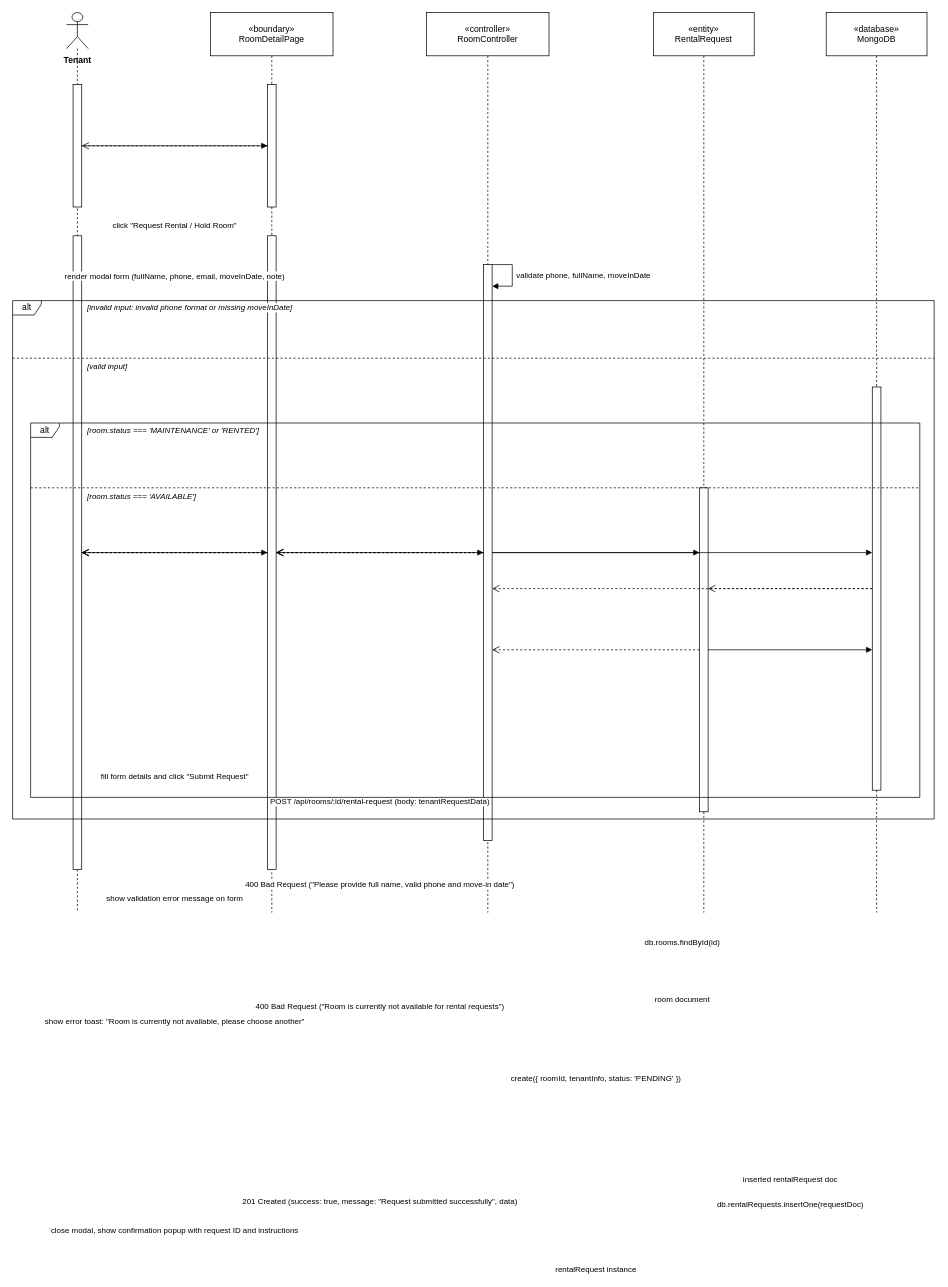
Above: docs/diagrams/UC-M03_Request_Rental_SequenceDiagram.drawio in WanFJava/MotalManagementSystems (draw.io), before the change. Source tidied: cells renumbered, new cells numbered last; positions are measured from the earlier drawing's top-left corner, leaving out a move shared by most shapes. Both pictures are drawn from the tidied source at 72%, with x=0, y=0 at pixel (12, 12).
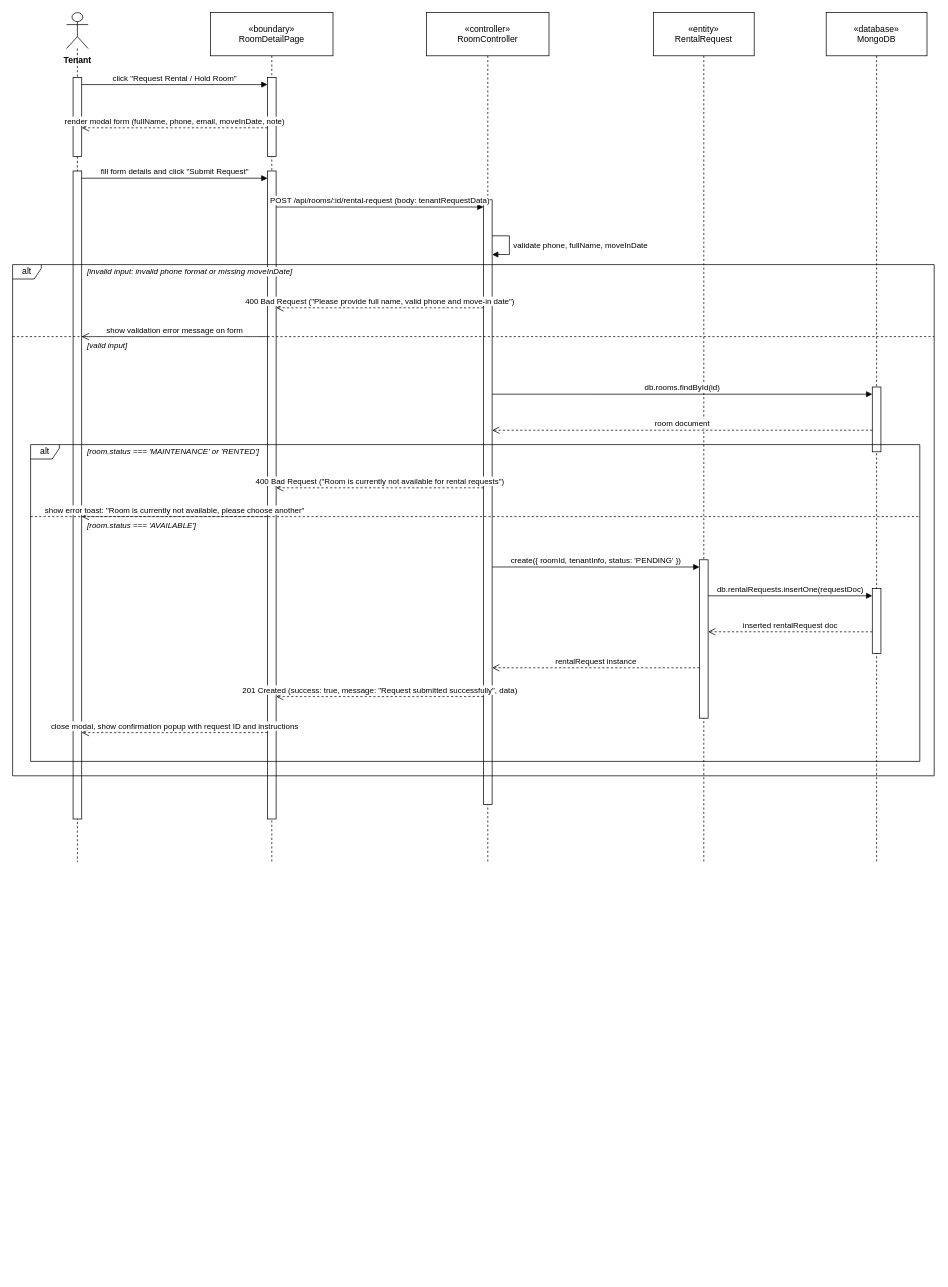
After the change.

Commit message (it also covers changes not shown here):
fix(uml): recalibrate sequence diagram alignments, exact horizontal edge coordinates and proper alt frame ordering

What changed in the source:
```diff
@@
     <mxCell id="2" value="Tenant" style="shape=umlLifeline;participant=umlActor;perimeter=lifelinePerimeter;whiteSpace=nowrap;html=1;verticalAlign=top;spacingTop=52;size=50;fontStyle=1;" parent="1" vertex="1">
-      <mxGeometry x="75" width="30" height="1250" as="geometry" />
+      <mxGeometry x="75" width="30" height="1180" as="geometry" />
     </mxCell>
     <mxCell id="3" value="«boundary»&lt;br&gt;RoomDetailPage" style="shape=umlLifeline;perimeter=lifelinePerimeter;whiteSpace=wrap;html=1;size=60;" parent="1" vertex="1">
-      <mxGeometry x="275" width="170" height="1250" as="geometry" />
+      <mxGeometry x="275" width="170" height="1180" as="geometry" />
     </mxCell>
     <mxCell id="4" value="«controller»&lt;br&gt;RoomController" style="shape=umlLifeline;perimeter=lifelinePerimeter;whiteSpace=wrap;html=1;size=60;" parent="1" vertex="1">
-      <mxGeometry x="575" width="170" height="1250" as="geometry" />
+      <mxGeometry x="575" width="170" height="1180" as="geometry" />
     </mxCell>
     <mxCell id="5" value="«entity»&lt;br&gt;RentalRequest" style="shape=umlLifeline;perimeter=lifelinePerimeter;whiteSpace=wrap;html=1;size=60;" parent="1" vertex="1">
-      <mxGeometry x="890" width="140" height="1250" as="geometry" />
+      <mxGeometry x="890" width="140" height="1180" as="geometry" />
     </mxCell>
     <mxCell id="6" value="«database»&lt;br&gt;MongoDB" style="shape=umlLifeline;perimeter=lifelinePerimeter;whiteSpace=wrap;html=1;size=60;" parent="1" vertex="1">
-      <mxGeometry x="1130" width="140" height="1250" as="geometry" />
+      <mxGeometry x="1130" width="140" height="1180" as="geometry" />
     </mxCell>
     <mxCell id="7" style="html=1;points=[];perimeter=orthogonalPerimeter;outlineConnect=0;targetShapes=umlLifeline;portConstraint=eastwest;" parent="2" vertex="1">
-      <mxGeometry x="9" y="100" width="12" height="170" as="geometry" />
+      <mxGeometry x="9" y="90" width="12" height="110" as="geometry" />
     </mxCell>
     <mxCell id="8" style="html=1;points=[];perimeter=orthogonalPerimeter;outlineConnect=0;targetShapes=umlLifeline;portConstraint=eastwest;" parent="2" vertex="1">
-      <mxGeometry x="9" y="310" width="12" height="880" as="geometry" />
+      <mxGeometry x="9" y="220" width="12" height="900" as="geometry" />
     </mxCell>
     <mxCell id="9" style="html=1;points=[];perimeter=orthogonalPerimeter;outlineConnect=0;targetShapes=umlLifeline;portConstraint=eastwest;" parent="3" vertex="1">
-      <mxGeometry x="79" y="100" width="12" height="170" as="geometry" />
+      <mxGeometry x="79" y="90" width="12" height="110" as="geometry" />
     </mxCell>
     <mxCell id="10" style="html=1;points=[];perimeter=orthogonalPerimeter;outlineConnect=0;targetShapes=umlLifeline;portConstraint=eastwest;" parent="3" vertex="1">
-      <mxGeometry x="79" y="310" width="12" height="880" as="geometry" />
+      <mxGeometry x="79" y="220" width="12" height="900" as="geometry" />
     </mxCell>
     <mxCell id="11" style="html=1;points=[];perimeter=orthogonalPerimeter;outlineConnect=0;targetShapes=umlLifeline;portConstraint=eastwest;" parent="4" vertex="1">
-      <mxGeometry x="79" y="350" width="12" height="800" as="geometry" />
+      <mxGeometry x="79" y="260" width="12" height="840" as="geometry" />
     </mxCell>
     <mxCell id="12" style="html=1;points=[];perimeter=orthogonalPerimeter;outlineConnect=0;targetShapes=umlLifeline;portConstraint=eastwest;" parent="5" vertex="1">
-      <mxGeometry x="64" y="660" width="12" height="450" as="geometry" />
+      <mxGeometry x="64" y="760" width="12" height="220" as="geometry" />
     </mxCell>
     <mxCell id="13" style="html=1;points=[];perimeter=orthogonalPerimeter;outlineConnect=0;targetShapes=umlLifeline;portConstraint=eastwest;" parent="6" vertex="1">
-      <mxGeometry x="64" y="520" width="12" height="560" as="geometry" />
+      <mxGeometry x="64" y="520" width="12" height="90" as="geometry" />
     </mxCell>
+    <mxCell id="39" style="html=1;points=[];perimeter=orthogonalPerimeter;outlineConnect=0;targetShapes=umlLifeline;portConstraint=eastwest;" parent="6" vertex="1">
+      <mxGeometry x="64" y="800" width="12" height="90" as="geometry" />
+    </mxCell>
+    <mxCell id="40" value="alt" style="shape=umlFrame;whiteSpace=wrap;html=1;width=40;height=20;" parent="1" vertex="1">
+      <mxGeometry y="350" width="1280" height="710" as="geometry" />
+    </mxCell>
+    <mxCell id="41" value="alt" style="shape=umlFrame;whiteSpace=wrap;html=1;width=40;height=20;" parent="1" vertex="1">
+      <mxGeometry x="25" y="600" width="1235" height="440" as="geometry" />
+    </mxCell>
+    <mxCell id="42" style="endArrow=none;dashed=1;html=1;rounded=0;" parent="1" edge="1">
+      <mxGeometry relative="1" as="geometry">
+        <mxPoint y="450" as="sourcePoint" />
+        <mxPoint x="1280" y="450" as="targetPoint" />
+      </mxGeometry>
+    </mxCell>
+    <mxCell id="43" style="endArrow=none;dashed=1;html=1;rounded=0;" parent="1" edge="1">
+      <mxGeometry relative="1" as="geometry">
+        <mxPoint x="25" y="700" as="sourcePoint" />
+        <mxPoint x="1260" y="700" as="targetPoint" />
+      </mxGeometry>
+    </mxCell>
+    <mxCell id="20" value="[invalid input: invalid phone format or missing moveInDate]" style="text;html=1;align=left;verticalAlign=middle;whiteSpace=nowrap;fontSize=11;fontStyle=2;labelBackgroundColor=#ffffff;" parent="1" vertex="1">
+      <mxGeometry x="102" y="350" width="360" height="20" as="geometry" />
+    </mxCell>
+    <mxCell id="24" value="[valid input]" style="text;html=1;align=left;verticalAlign=middle;whiteSpace=nowrap;fontSize=11;fontStyle=2;labelBackgroundColor=#ffffff;" parent="1" vertex="1">
+      <mxGeometry x="102" y="452" width="200" height="20" as="geometry" />
+    </mxCell>
+    <mxCell id="28" value="[room.status === 'MAINTENANCE' or 'RENTED']" style="text;html=1;align=left;verticalAlign=middle;whiteSpace=nowrap;fontSize=11;fontStyle=2;labelBackgroundColor=#ffffff;" parent="1" vertex="1">
+      <mxGeometry x="102" y="600" width="320" height="20" as="geometry" />
+    </mxCell>
+    <mxCell id="32" value="[room.status === 'AVAILABLE']" style="text;html=1;align=left;verticalAlign=middle;whiteSpace=nowrap;fontSize=11;fontStyle=2;labelBackgroundColor=#ffffff;" parent="1" vertex="1">
+      <mxGeometry x="102" y="702" width="220" height="20" as="geometry" />
+    </mxCell>
-    <mxCell id="14" value="click &quot;Request Rental / Hold Room&quot;" style="html=1;verticalAlign=bottom;rounded=0;fontSize=11;endArrow=block;endFill=1;" parent="1" edge="1" source="7" target="9">
-      <mxGeometry relative="1" as="geometry">
-        <mxPoint y="120" as="offset" />
-      </mxGeometry>
+    <mxCell id="14" value="click &quot;Request Rental / Hold Room&quot;" style="html=1;verticalAlign=bottom;rounded=0;fontSize=11;endArrow=block;endFill=1;exitX=1;exitY=0.0909;exitDx=0;exitDy=0;exitPerimeter=0;entryX=0;entryY=0.0909;entryDx=0;entryDy=0;entryPerimeter=0;" parent="1" edge="1" source="7" target="9">
+      <mxGeometry relative="1" as="geometry" />
     </mxCell>
-    <mxCell id="15" value="render modal form (fullName, phone, email, moveInDate, note)" style="html=1;verticalAlign=bottom;rounded=0;fontSize=11;dashed=1;endArrow=open;endSize=8;" parent="1" edge="1" source="9" target="7">
-      <mxGeometry relative="1" as="geometry">
-        <mxPoint y="190" as="offset" />
-      </mxGeometry>
+    <mxCell id="15" value="render modal form (fullName, phone, email, moveInDate, note)" style="html=1;verticalAlign=bottom;rounded=0;fontSize=11;dashed=1;endArrow=open;endSize=8;exitX=0;exitY=0.6364;exitDx=0;exitDy=0;exitPerimeter=0;entryX=1;entryY=0.6364;entryDx=0;entryDy=0;entryPerimeter=0;" parent="1" edge="1" source="9" target="7">
+      <mxGeometry relative="1" as="geometry" />
     </mxCell>
-    <mxCell id="16" value="fill form details and click &quot;Submit Request&quot;" style="html=1;verticalAlign=bottom;rounded=0;fontSize=11;endArrow=block;endFill=1;" parent="1" edge="1" source="8" target="10">
-      <mxGeometry relative="1" as="geometry">
-        <mxPoint y="320" as="offset" />
-      </mxGeometry>
+    <mxCell id="16" value="fill form details and click &quot;Submit Request&quot;" style="html=1;verticalAlign=bottom;rounded=0;fontSize=11;endArrow=block;endFill=1;exitX=1;exitY=0.0111;exitDx=0;exitDy=0;exitPerimeter=0;entryX=0;entryY=0.0111;entryDx=0;entryDy=0;entryPerimeter=0;" parent="1" edge="1" source="8" target="10">
+      <mxGeometry relative="1" as="geometry" />
     </mxCell>
-    <mxCell id="17" value="POST /api/rooms/:id/rental-request (body: tenantRequestData)" style="html=1;verticalAlign=bottom;rounded=0;fontSize=11;endArrow=block;endFill=1;" parent="1" edge="1" source="10" target="11">
-      <mxGeometry relative="1" as="geometry">
-        <mxPoint y="355" as="offset" />
-      </mxGeometry>
+    <mxCell id="17" value="POST /api/rooms/:id/rental-request (body: tenantRequestData)" style="html=1;verticalAlign=bottom;rounded=0;fontSize=11;endArrow=block;endFill=1;exitX=1;exitY=0.0556;exitDx=0;exitDy=0;exitPerimeter=0;entryX=0;entryY=0.0119;entryDx=0;entryDy=0;entryPerimeter=0;" parent="1" edge="1" source="10" target="11">
+      <mxGeometry relative="1" as="geometry" />
     </mxCell>
-    <mxCell id="18" value="validate phone, fullName, moveInDate" style="html=1;align=left;spacingLeft=4;verticalAlign=middle;endArrow=block;endFill=1;rounded=0;fontSize=11;" parent="1" edge="1" source="11" target="11">
+    <mxCell id="18" value="validate phone, fullName, moveInDate" style="html=1;align=left;spacingLeft=4;verticalAlign=middle;endArrow=block;endFill=1;rounded=0;fontSize=11;exitX=1;exitY=0.0595;exitDx=0;exitDy=0;exitPerimeter=0;entryX=1;entryY=0.0905;entryDx=0;entryDy=0;entryPerimeter=0;" parent="1" edge="1" source="11" target="11">
       <mxGeometry relative="1" as="geometry">
         <Array as="points">
-          <mxPoint x="694" y="350" />
-          <mxPoint x="694" y="380" />
+          <mxPoint x="690" y="310" />
+          <mxPoint x="690" y="336" />
         </Array>
       </mxGeometry>
     </mxCell>
-    <mxCell id="19" value="alt" style="shape=umlFrame;whiteSpace=wrap;html=1;width=40;height=20;" parent="1" vertex="1">
-      <mxGeometry y="400" width="1280" height="720" as="geometry" />
-    </mxCell>
-    <mxCell id="20" value="[invalid input: invalid phone format or missing moveInDate]" style="text;html=1;align=left;verticalAlign=middle;whiteSpace=nowrap;fontSize=11;fontStyle=2;labelBackgroundColor=#ffffff;" parent="1" vertex="1">
-      <mxGeometry x="102" y="400" width="350" height="20" as="geometry" />
-    </mxCell>
-    <mxCell id="21" value="400 Bad Request (&quot;Please provide full name, valid phone and move-in date&quot;)" style="html=1;verticalAlign=bottom;rounded=0;fontSize=11;dashed=1;endArrow=open;endSize=8;" parent="1" edge="1" source="11" target="10">
-      <mxGeometry relative="1" as="geometry">
-        <mxPoint y="470" as="offset" />
-      </mxGeometry>
+    <mxCell id="21" value="400 Bad Request (&quot;Please provide full name, valid phone and move-in date&quot;)" style="html=1;verticalAlign=bottom;rounded=0;fontSize=11;dashed=1;endArrow=open;endSize=8;exitX=0;exitY=0.1786;exitDx=0;exitDy=0;exitPerimeter=0;entryX=1;entryY=0.2111;entryDx=0;entryDy=0;entryPerimeter=0;" parent="1" edge="1" source="11" target="10">
+      <mxGeometry relative="1" as="geometry" />
     </mxCell>
-    <mxCell id="22" value="show validation error message on form" style="html=1;verticalAlign=bottom;rounded=0;fontSize=11;dashed=1;endArrow=open;endSize=8;" parent="1" edge="1" source="10" target="8">
-      <mxGeometry relative="1" as="geometry">
-        <mxPoint y="490" as="offset" />
-      </mxGeometry>
+    <mxCell id="22" value="show validation error message on form" style="html=1;verticalAlign=bottom;rounded=0;fontSize=11;dashed=1;endArrow=open;endSize=8;exitX=0;exitY=0.2556;exitDx=0;exitDy=0;exitPerimeter=0;entryX=1;entryY=0.2556;entryDx=0;entryDy=0;entryPerimeter=0;" parent="1" edge="1" source="10" target="8">
+      <mxGeometry relative="1" as="geometry" />
     </mxCell>
-    <mxCell id="23" style="endArrow=none;dashed=1;html=1;rounded=0;" parent="1" edge="1">
-      <mxGeometry relative="1" as="geometry">
-        <mxPoint y="480" as="sourcePoint" />
-        <mxPoint x="1280" y="480" as="targetPoint" />
-      </mxGeometry>
-    </mxCell>
-    <mxCell id="24" value="[valid input]" style="text;html=1;align=left;verticalAlign=middle;whiteSpace=nowrap;fontSize=11;fontStyle=2;labelBackgroundColor=#ffffff;" parent="1" vertex="1">
-      <mxGeometry x="102" y="482" width="250" height="20" as="geometry" />
-    </mxCell>
-    <mxCell id="25" value="db.rooms.findById(id)" style="html=1;verticalAlign=bottom;rounded=0;fontSize=11;endArrow=block;endFill=1;" parent="1" edge="1" source="11" target="13">
-      <mxGeometry relative="1" as="geometry">
-        <mxPoint y="550" as="offset" />
-      </mxGeometry>
+    <mxCell id="25" value="db.rooms.findById(id)" style="html=1;verticalAlign=bottom;rounded=0;fontSize=11;endArrow=block;endFill=1;exitX=1;exitY=0.3214;exitDx=0;exitDy=0;exitPerimeter=0;entryX=0;entryY=0.1111;entryDx=0;entryDy=0;entryPerimeter=0;" parent="1" edge="1" source="11" target="13">
+      <mxGeometry relative="1" as="geometry" />
     </mxCell>
-    <mxCell id="26" value="room document" style="html=1;verticalAlign=bottom;rounded=0;fontSize=11;dashed=1;endArrow=open;endSize=8;" parent="1" edge="1" source="13" target="11">
-      <mxGeometry relative="1" as="geometry">
-        <mxPoint y="580" as="offset" />
-      </mxGeometry>
+    <mxCell id="26" value="room document" style="html=1;verticalAlign=bottom;rounded=0;fontSize=11;dashed=1;endArrow=open;endSize=8;exitX=0;exitY=0.6667;exitDx=0;exitDy=0;exitPerimeter=0;entryX=1;entryY=0.3810;entryDx=0;entryDy=0;entryPerimeter=0;" parent="1" edge="1" source="13" target="11">
+      <mxGeometry relative="1" as="geometry" />
     </mxCell>
-    <mxCell id="27" value="alt" style="shape=umlFrame;whiteSpace=wrap;html=1;width=40;height=20;" parent="1" vertex="1">
-      <mxGeometry x="25" y="570" width="1235" height="520" as="geometry" />
-    </mxCell>
-    <mxCell id="28" value="[room.status === 'MAINTENANCE' or 'RENTED']" style="text;html=1;align=left;verticalAlign=middle;whiteSpace=nowrap;fontSize=11;fontStyle=2;labelBackgroundColor=#ffffff;" parent="1" vertex="1">
-      <mxGeometry x="102" y="570" width="300" height="20" as="geometry" />
-    </mxCell>
-    <mxCell id="29" value="400 Bad Request (&quot;Room is currently not available for rental requests&quot;)" style="html=1;verticalAlign=bottom;rounded=0;fontSize=11;dashed=1;endArrow=open;endSize=8;" parent="1" edge="1" source="11" target="10">
-      <mxGeometry relative="1" as="geometry">
-        <mxPoint y="640" as="offset" />
-      </mxGeometry>
+    <mxCell id="29" value="400 Bad Request (&quot;Room is currently not available for rental requests&quot;)" style="html=1;verticalAlign=bottom;rounded=0;fontSize=11;dashed=1;endArrow=open;endSize=8;exitX=0;exitY=0.4762;exitDx=0;exitDy=0;exitPerimeter=0;entryX=1;entryY=0.4889;entryDx=0;entryDy=0;entryPerimeter=0;" parent="1" edge="1" source="11" target="10">
+      <mxGeometry relative="1" as="geometry" />
     </mxCell>
-    <mxCell id="30" value="show error toast: &quot;Room is currently not available, please choose another&quot;" style="html=1;verticalAlign=bottom;rounded=0;fontSize=11;dashed=1;endArrow=open;endSize=8;" parent="1" edge="1" source="10" target="8">
-      <mxGeometry relative="1" as="geometry">
-        <mxPoint y="660" as="offset" />
-      </mxGeometry>
+    <mxCell id="30" value="show error toast: &quot;Room is currently not available, please choose another&quot;" style="html=1;verticalAlign=bottom;rounded=0;fontSize=11;dashed=1;endArrow=open;endSize=8;exitX=0;exitY=0.5333;exitDx=0;exitDy=0;exitPerimeter=0;entryX=1;entryY=0.5333;entryDx=0;entryDy=0;entryPerimeter=0;" parent="1" edge="1" source="10" target="8">
+      <mxGeometry relative="1" as="geometry" />
     </mxCell>
-    <mxCell id="31" style="endArrow=none;dashed=1;html=1;rounded=0;" parent="1" edge="1">
-      <mxGeometry relative="1" as="geometry">
-        <mxPoint x="25" y="660" as="sourcePoint" />
-        <mxPoint x="1260" y="660" as="targetPoint" />
-      </mxGeometry>
-    </mxCell>
-    <mxCell id="32" value="[room.status === 'AVAILABLE']" style="text;html=1;align=left;verticalAlign=middle;whiteSpace=nowrap;fontSize=11;fontStyle=2;labelBackgroundColor=#ffffff;" parent="1" vertex="1">
-      <mxGeometry x="102" y="662" width="250" height="20" as="geometry" />
-    </mxCell>
-    <mxCell id="33" value="create({ roomId, tenantInfo, status: 'PENDING' })" style="html=1;verticalAlign=bottom;rounded=0;fontSize=11;endArrow=block;endFill=1;" parent="1" edge="1" source="11" target="12">
-      <mxGeometry relative="1" as="geometry">
-        <mxPoint y="740" as="offset" />
-      </mxGeometry>
+    <mxCell id="33" value="create({ roomId, tenantInfo, status: 'PENDING' })" style="html=1;verticalAlign=bottom;rounded=0;fontSize=11;endArrow=block;endFill=1;exitX=1;exitY=0.6071;exitDx=0;exitDy=0;exitPerimeter=0;entryX=0;entryY=0.0455;entryDx=0;entryDy=0;entryPerimeter=0;" parent="1" edge="1" source="11" target="12">
+      <mxGeometry relative="1" as="geometry" />
     </mxCell>
-    <mxCell id="34" value="db.rentalRequests.insertOne(requestDoc)" style="html=1;verticalAlign=bottom;rounded=0;fontSize=11;endArrow=block;endFill=1;" parent="1" edge="1" source="12" target="13">
-      <mxGeometry relative="1" as="geometry">
-        <mxPoint y="780" as="offset" />
-      </mxGeometry>
+    <mxCell id="34" value="db.rentalRequests.insertOne(requestDoc)" style="html=1;verticalAlign=bottom;rounded=0;fontSize=11;endArrow=block;endFill=1;exitX=1;exitY=0.2273;exitDx=0;exitDy=0;exitPerimeter=0;entryX=0;entryY=0.1111;entryDx=0;entryDy=0;entryPerimeter=0;" parent="1" edge="1" source="12" target="39">
+      <mxGeometry relative="1" as="geometry" />
     </mxCell>
-    <mxCell id="35" value="inserted rentalRequest doc" style="html=1;verticalAlign=bottom;rounded=0;fontSize=11;dashed=1;endArrow=open;endSize=8;" parent="1" edge="1" source="13" target="12">
-      <mxGeometry relative="1" as="geometry">
-        <mxPoint y="830" as="offset" />
-      </mxGeometry>
+    <mxCell id="35" value="inserted rentalRequest doc" style="html=1;verticalAlign=bottom;rounded=0;fontSize=11;dashed=1;endArrow=open;endSize=8;exitX=0;exitY=0.6667;exitDx=0;exitDy=0;exitPerimeter=0;entryX=1;entryY=0.4545;entryDx=0;entryDy=0;entryPerimeter=0;" parent="1" edge="1" source="39" target="12">
+      <mxGeometry relative="1" as="geometry" />
     </mxCell>
-    <mxCell id="36" value="rentalRequest instance" style="html=1;verticalAlign=bottom;rounded=0;fontSize=11;dashed=1;endArrow=open;endSize=8;" parent="1" edge="1" source="12" target="11">
-      <mxGeometry relative="1" as="geometry">
-        <mxPoint y="870" as="offset" />
-      </mxGeometry>
+    <mxCell id="36" value="rentalRequest instance" style="html=1;verticalAlign=bottom;rounded=0;fontSize=11;dashed=1;endArrow=open;endSize=8;exitX=0;exitY=0.6818;exitDx=0;exitDy=0;exitPerimeter=0;entryX=1;entryY=0.7738;entryDx=0;entryDy=0;entryPerimeter=0;" parent="1" edge="1" source="12" target="11">
+      <mxGeometry relative="1" as="geometry" />
     </mxCell>
-    <mxCell id="37" value="201 Created (success: true, message: &quot;Request submitted successfully&quot;, data)" style="html=1;verticalAlign=bottom;rounded=0;fontSize=11;dashed=1;endArrow=open;endSize=8;" parent="1" edge="1" source="11" target="10">
-      <mxGeometry relative="1" as="geometry">
-        <mxPoint y="910" as="offset" />
-      </mxGeometry>
+    <mxCell id="37" value="201 Created (success: true, message: &quot;Request submitted successfully&quot;, data)" style="html=1;verticalAlign=bottom;rounded=0;fontSize=11;dashed=1;endArrow=open;endSize=8;exitX=0;exitY=0.8214;exitDx=0;exitDy=0;exitPerimeter=0;entryX=1;entryY=0.8111;entryDx=0;entryDy=0;entryPerimeter=0;" parent="1" edge="1" source="11" target="10">
+      <mxGeometry relative="1" as="geometry" />
     </mxCell>
-    <mxCell id="38" value="close modal, show confirmation popup with request ID and instructions" style="html=1;verticalAlign=bottom;rounded=0;fontSize=11;dashed=1;endArrow=open;endSize=8;" parent="1" edge="1" source="10" target="8">
-      <mxGeometry relative="1" as="geometry">
-        <mxPoint y="950" as="offset" />
-      </mxGeometry>
+    <mxCell id="38" value="close modal, show confirmation popup with request ID and instructions" style="html=1;verticalAlign=bottom;rounded=0;fontSize=11;dashed=1;endArrow=open;endSize=8;exitX=0;exitY=0.8667;exitDx=0;exitDy=0;exitPerimeter=0;entryX=1;entryY=0.8667;entryDx=0;entryDy=0;entryPerimeter=0;" parent="1" edge="1" source="10" target="8">
+      <mxGeometry relative="1" as="geometry" />
     </mxCell>
```
